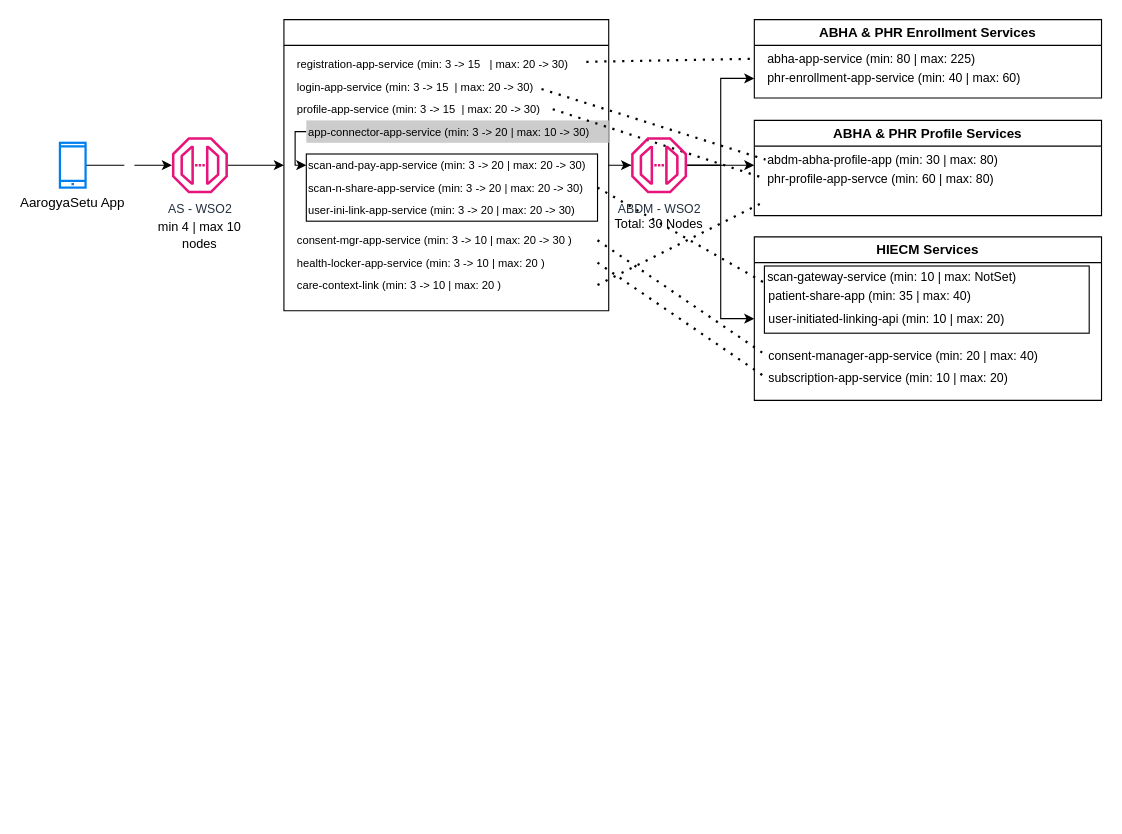
This is AS-Arch.drawio from maddy23285/policies, a draw.io file, before an edit. Source tidied: cells renumbered, new cells numbered last; positions are measured from the earlier drawing's top-left corner, leaving out a move shared by most shapes. Both pictures are drawn from the tidied source at 112%, with x=0, y=0 at pixel (59, 19).
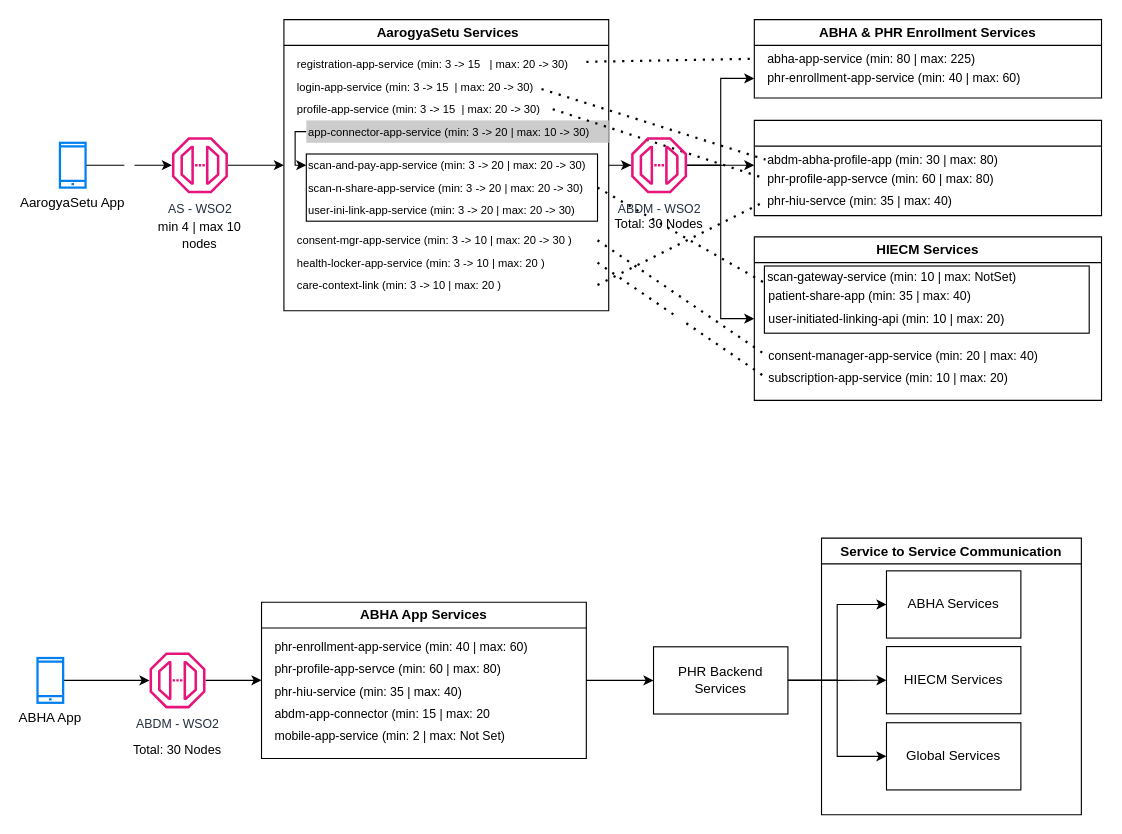
The same page after the edit.

The change refers to these unchanged cells:
```xml
<mxCell id="13" value="&lt;font style=&quot;font-size: 10px;&quot;&gt;health-locker-app-service (min: 3 -&amp;gt; 10 | max: 20 )&lt;/font&gt;" style="text;html=1;whiteSpace=wrap;strokeColor=none;fillColor=none;align=left;verticalAlign=middle;rounded=0;" parent="2" vertex="1">
  <mxGeometry x="10" y="207" width="270" height="20" as="geometry" />
</mxCell>
<mxCell id="33" value="&lt;font style=&quot;font-size: 11px;&quot;&gt;subscription-app-service (min: 10 | max: 20)&lt;/font&gt;" style="text;html=1;whiteSpace=wrap;strokeColor=none;fillColor=none;align=left;verticalAlign=middle;rounded=0;" parent="27" vertex="1">
  <mxGeometry x="11" y="116" width="281" height="20" as="geometry" />
</mxCell>
```

Diff of the diagram source:
```diff
@@
-    <mxCell id="2" value=" " style="swimlane;whiteSpace=wrap;html=1;" parent="1" vertex="1">
+    <mxCell id="2" value="&amp;nbsp;AarogyaSetu Services" style="swimlane;whiteSpace=wrap;html=1;" parent="1" vertex="1">
       <mxGeometry x="200" width="290" height="260" as="geometry" />
     </mxCell>
@@
-    <mxCell id="35" value="ABHA &amp;amp; PHR Profile Services " style="swimlane;whiteSpace=wrap;html=1;" parent="1" vertex="1">
+    <mxCell id="35" value=" " style="swimlane;whiteSpace=wrap;html=1;" parent="1" vertex="1">
       <mxGeometry x="620" y="90" width="310" height="85" as="geometry" />
     </mxCell>
@@
+    <mxCell id="47" value="&lt;font style=&quot;font-size: 11px;&quot;&gt;phr-hiu-servce (min: 35 | max: 40)&lt;/font&gt;" style="text;html=1;whiteSpace=wrap;strokeColor=none;fillColor=none;align=left;verticalAlign=middle;rounded=0;" parent="35" vertex="1">
+      <mxGeometry x="10" y="62" width="240" height="20" as="geometry" />
+    </mxCell>
@@
-    <mxCell id="43" style="endArrow=none;dashed=1;html=1;dashPattern=1 3;strokeWidth=2;rounded=0;defaultLabelBackgroundColor=page;exitX=1;exitY=0.5;exitDx=0;exitDy=0;entryX=0;entryY=0.5;entryDx=0;entryDy=0;" parent="1" edge="1" source="13" target="33">
+    <mxCell id="43" value="&amp;nbsp;&amp;nbsp; " style="endArrow=none;dashed=1;html=1;dashPattern=1 3;strokeWidth=2;rounded=0;defaultLabelBackgroundColor=page;exitX=1;exitY=0.5;exitDx=0;exitDy=0;entryX=0;entryY=0.5;entryDx=0;entryDy=0;" parent="1" edge="1" source="13" target="33">
       <mxGeometry relative="1" as="geometry" />
     </mxCell>
@@
+    <mxCell id="48" style="edgeStyle=orthogonalEdgeStyle;rounded=0;jettySize=auto;html=1;defaultLabelBackgroundColor=page;" parent="1" edge="1" source="49" target="64">
+      <mxGeometry relative="1" as="geometry" />
+    </mxCell>
+    <mxCell id="49" value="ABHA App Services" style="swimlane;whiteSpace=wrap;html=1;" parent="1" vertex="1">
+      <mxGeometry x="180" y="520.2" width="290" height="139.5" as="geometry" />
+    </mxCell>
+    <mxCell id="50" style="edgeStyle=orthogonalEdgeStyle;rounded=0;orthogonalLoop=1;jettySize=auto;html=1;entryX=0;entryY=0.5;entryDx=0;entryDy=0;defaultLabelBackgroundColor=page;" parent="49" edge="1">
+      <mxGeometry relative="1" as="geometry">
+        <mxPoint x="20" y="130" as="targetPoint" />
+        <Array as="points">
+          <mxPoint x="10" y="100" />
+          <mxPoint x="10" y="130" />
+        </Array>
+      </mxGeometry>
+    </mxCell>
+    <mxCell id="51" value="&lt;font style=&quot;font-size: 11px;&quot;&gt;phr-enrollment-app-service (min: 40 | max: 60)&lt;/font&gt;" style="text;html=1;whiteSpace=wrap;strokeColor=none;fillColor=none;align=left;verticalAlign=middle;rounded=0;" parent="49" vertex="1">
+      <mxGeometry x="10" y="30" width="240" height="20" as="geometry" />
+    </mxCell>
+    <mxCell id="52" value="&lt;font style=&quot;font-size: 11px;&quot;&gt;phr-profile-app-servce (min: 60 | max: 80)&lt;/font&gt;" style="text;html=1;whiteSpace=wrap;strokeColor=none;fillColor=none;align=left;verticalAlign=middle;rounded=0;" parent="49" vertex="1">
+      <mxGeometry x="10" y="50" width="240" height="20" as="geometry" />
+    </mxCell>
+    <mxCell id="53" value="&lt;font style=&quot;font-size: 11px;&quot;&gt;phr-hiu-service (min: 35 | max: 40)&lt;/font&gt;" style="text;html=1;whiteSpace=wrap;strokeColor=none;fillColor=none;align=left;verticalAlign=middle;rounded=0;" parent="49" vertex="1">
+      <mxGeometry x="10" y="70" width="240" height="20" as="geometry" />
+    </mxCell>
+    <mxCell id="54" value="&lt;font style=&quot;font-size: 11px;&quot;&gt;abdm-app-connector (min: 15 | max: 20&lt;/font&gt;" style="text;html=1;whiteSpace=wrap;strokeColor=none;fillColor=none;align=left;verticalAlign=middle;rounded=0;" parent="49" vertex="1">
+      <mxGeometry x="10" y="90" width="240" height="20" as="geometry" />
+    </mxCell>
+    <mxCell id="55" value="&lt;font style=&quot;font-size: 11px;&quot;&gt;mobile-app-service (min: 2 | max: Not Set)&amp;nbsp;&lt;/font&gt;" style="text;html=1;whiteSpace=wrap;strokeColor=none;fillColor=none;align=left;verticalAlign=middle;rounded=0;" parent="49" vertex="1">
+      <mxGeometry x="10" y="110" width="240" height="20" as="geometry" />
+    </mxCell>
+    <mxCell id="56" style="edgeStyle=orthogonalEdgeStyle;rounded=0;jettySize=auto;html=1;defaultLabelBackgroundColor=page;" parent="1" edge="1" source="57" target="59">
+      <mxGeometry relative="1" as="geometry" />
+    </mxCell>
+    <mxCell id="57" value="ABHA App" style="html=1;verticalLabelPosition=bottom;align=center;labelBackgroundColor=#ffffff;verticalAlign=top;strokeWidth=2;strokeColor=#0080F0;shadow=0;dashed=0;shape=mxgraph.ios7.icons.smartphone;labelPerimeter=1;" parent="1" vertex="1">
+      <mxGeometry x="-20" y="570" width="22.9" height="40" as="geometry" />
+    </mxCell>
+    <mxCell id="58" style="edgeStyle=orthogonalEdgeStyle;rounded=0;jettySize=auto;html=1;defaultLabelBackgroundColor=page;entryX=0;entryY=0.5;entryDx=0;entryDy=0;" parent="1" edge="1" source="59" target="49">
+      <mxGeometry relative="1" as="geometry" />
+    </mxCell>
+    <mxCell id="59" value="&lt;font style=&quot;font-size: 11px;&quot;&gt;ABDM - WSO2&lt;/font&gt;" style="sketch=0;outlineConnect=0;fontColor=#232F3E;gradientColor=none;fillColor=#E7157B;strokeColor=none;dashed=0;verticalLabelPosition=bottom;verticalAlign=top;align=center;html=1;fontSize=12;fontStyle=0;shape=mxgraph.aws4.endpoint;labelPerimeter=1;" parent="1" vertex="1">
+      <mxGeometry x="80" y="565" width="50" height="50" as="geometry" />
+    </mxCell>
+    <mxCell id="60" value="&lt;span style=&quot;font-family: Aptos, sans-serif; font-size: 11.3333px;&quot;&gt;Total: 30 Nodes&lt;/span&gt;" style="text;html=1;whiteSpace=wrap;strokeColor=none;fillColor=none;align=center;verticalAlign=middle;rounded=0;" parent="1" vertex="1">
+      <mxGeometry x="60" y="637" width="90" height="30" as="geometry" />
+    </mxCell>
+    <mxCell id="61" style="edgeStyle=orthogonalEdgeStyle;rounded=0;jettySize=auto;html=1;entryX=0;entryY=0.5;entryDx=0;entryDy=0;defaultLabelBackgroundColor=page;" parent="1" edge="1" source="64" target="67">
+      <mxGeometry relative="1" as="geometry" />
+    </mxCell>
+    <mxCell id="62" style="edgeStyle=orthogonalEdgeStyle;rounded=0;jettySize=auto;html=1;entryX=0;entryY=0.5;entryDx=0;entryDy=0;defaultLabelBackgroundColor=page;" parent="1" edge="1" source="64" target="66">
+      <mxGeometry relative="1" as="geometry" />
+    </mxCell>
+    <mxCell id="63" style="edgeStyle=orthogonalEdgeStyle;rounded=0;jettySize=auto;html=1;entryX=0;entryY=0.5;entryDx=0;entryDy=0;defaultLabelBackgroundColor=page;" parent="1" edge="1" source="64" target="68">
+      <mxGeometry relative="1" as="geometry" />
+    </mxCell>
+    <mxCell id="64" value="PHR Backend Services" style="rounded=0;whiteSpace=wrap;html=1;" parent="1" vertex="1">
+      <mxGeometry x="530" y="560" width="120" height="60" as="geometry" />
+    </mxCell>
+    <mxCell id="65" value="Service to Service Communication" style="swimlane;whiteSpace=wrap;html=1;" parent="1" vertex="1">
+      <mxGeometry x="680" y="463" width="232" height="247" as="geometry" />
+    </mxCell>
+    <mxCell id="66" value="ABHA Services" style="rounded=0;whiteSpace=wrap;html=1;" parent="65" vertex="1">
+      <mxGeometry x="58" y="29.2" width="120" height="60" as="geometry" />
+    </mxCell>
+    <mxCell id="67" value="HIECM Services" style="rounded=0;whiteSpace=wrap;html=1;" parent="65" vertex="1">
+      <mxGeometry x="58" y="96.8" width="120" height="60" as="geometry" />
+    </mxCell>
+    <mxCell id="68" value="Global Services" style="rounded=0;whiteSpace=wrap;html=1;" parent="65" vertex="1">
+      <mxGeometry x="58" y="164.8" width="120" height="60" as="geometry" />
+    </mxCell>
```
